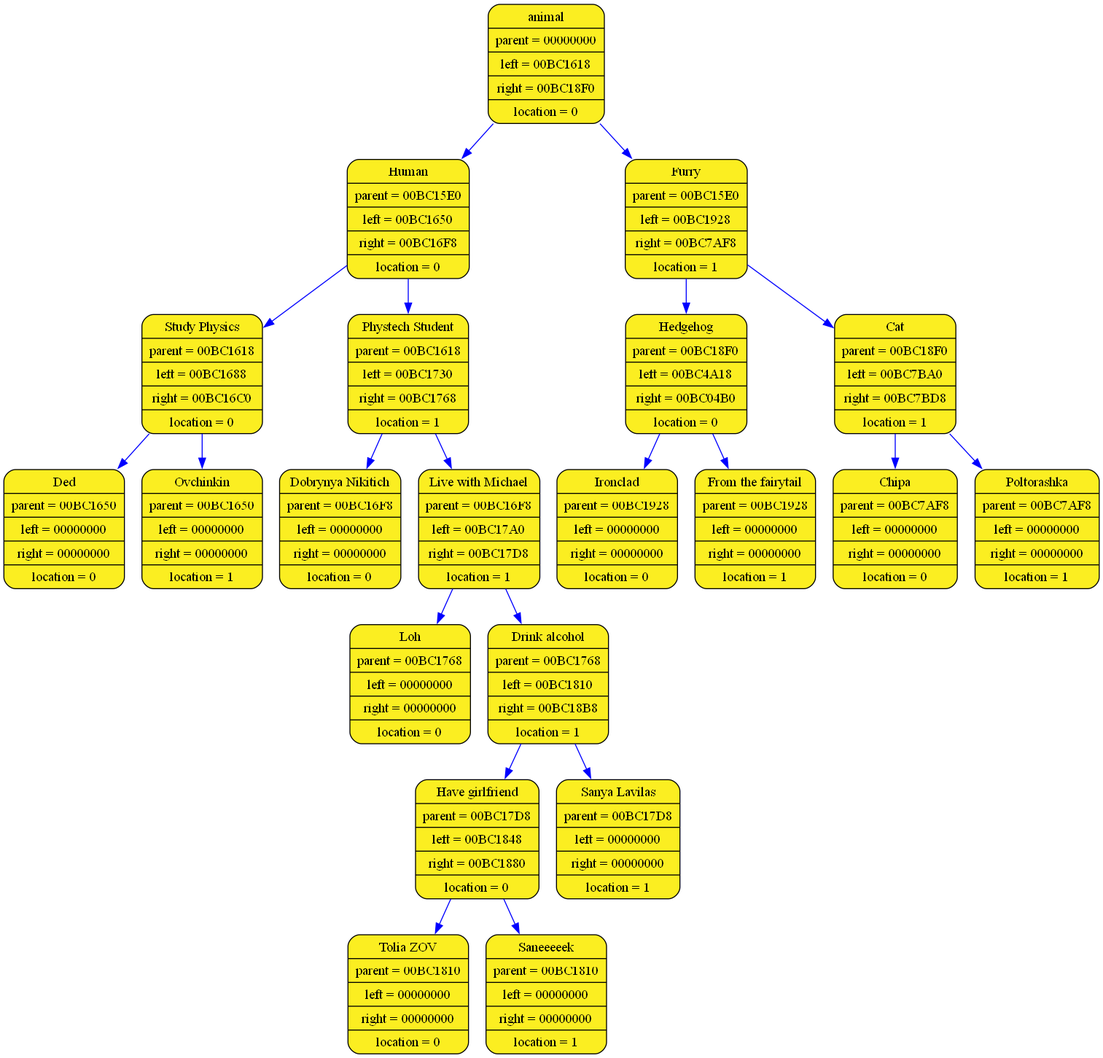
This is log_folder_acinator/acinator_graph.png from aywert/ACINATOR, a Graphviz export, as it was before one commit. Its source is kept beside it as log_folder_acinator/acinator_graph.dot.
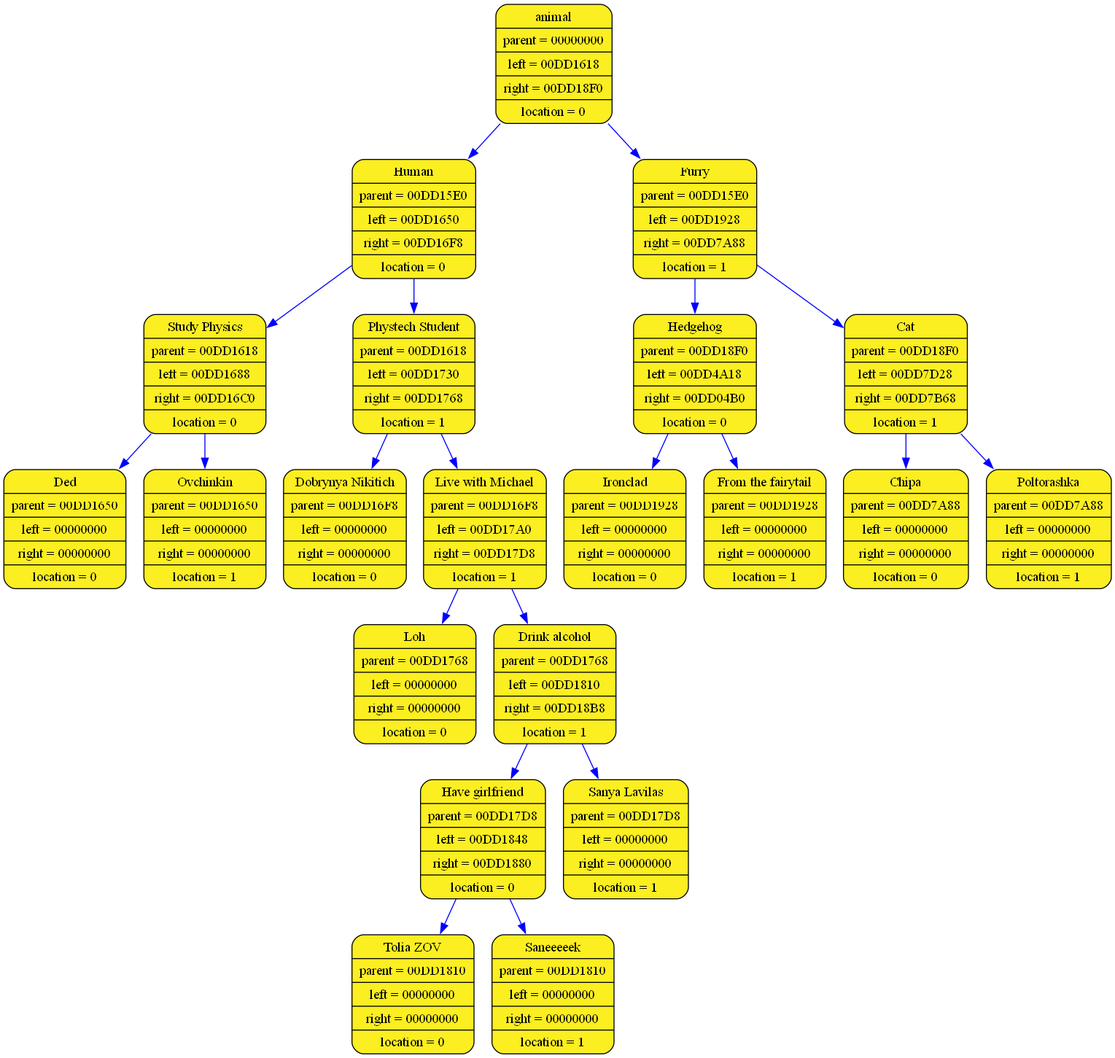
Above is the later version.

Change to the diagram source:
```diff
@@ -1,45 +1,45 @@
 digraph list
 {
 rankdir=HR;
-	12326372 [shape = Mrecord; style = filled; fillcolor="#FBEE21"; color = "#000000"; fontcolor = "#000000"; label = "{ animal| parent = 00000000| left = 00BC1618| right = 00BC18F0| location = 0}"];
-	12326428 [shape = Mrecord; style = filled; fillcolor="#FBEE21"; color = "#000000"; fontcolor = "#000000"; label = "{ Human| parent = 00BC15E0| left = 00BC1650| right = 00BC16F8| location = 0}"];
-	12326372 -> 12326428 [color="blue"]
-	12326484 [shape = Mrecord; style = filled; fillcolor="#FBEE21"; color = "#000000"; fontcolor = "#000000"; label = "{ Study Physics| parent = 00BC1618| left = 00BC1688| right = 00BC16C0| location = 0}"];
-	12326428 -> 12326484 [color="blue"]
-	12326540 [shape = Mrecord; style = filled; fillcolor="#FBEE21"; color = "#000000"; fontcolor = "#000000"; label = "{ Ded| parent = 00BC1650| left = 00000000| right = 00000000| location = 0}"];
-	12326484 -> 12326540 [color="blue"]
-	12326596 [shape = Mrecord; style = filled; fillcolor="#FBEE21"; color = "#000000"; fontcolor = "#000000"; label = "{ Ovchinkin| parent = 00BC1650| left = 00000000| right = 00000000| location = 1}"];
-	12326484 -> 12326596 [color="blue"]
-	12326652 [shape = Mrecord; style = filled; fillcolor="#FBEE21"; color = "#000000"; fontcolor = "#000000"; label = "{ Phystech Student| parent = 00BC1618| left = 00BC1730| right = 00BC1768| location = 1}"];
-	12326428 -> 12326652 [color="blue"]
-	12326708 [shape = Mrecord; style = filled; fillcolor="#FBEE21"; color = "#000000"; fontcolor = "#000000"; label = "{ Dobrynya Nikitich| parent = 00BC16F8| left = 00000000| right = 00000000| location = 0}"];
-	12326652 -> 12326708 [color="blue"]
-	12326764 [shape = Mrecord; style = filled; fillcolor="#FBEE21"; color = "#000000"; fontcolor = "#000000"; label = "{ Live with Michael| parent = 00BC16F8| left = 00BC17A0| right = 00BC17D8| location = 1}"];
-	12326652 -> 12326764 [color="blue"]
-	12326820 [shape = Mrecord; style = filled; fillcolor="#FBEE21"; color = "#000000"; fontcolor = "#000000"; label = "{ Loh| parent = 00BC1768| left = 00000000| right = 00000000| location = 0}"];
-	12326764 -> 12326820 [color="blue"]
-	12326876 [shape = Mrecord; style = filled; fillcolor="#FBEE21"; color = "#000000"; fontcolor = "#000000"; label = "{ Drink alcohol| parent = 00BC1768| left = 00BC1810| right = 00BC18B8| location = 1}"];
-	12326764 -> 12326876 [color="blue"]
-	12326932 [shape = Mrecord; style = filled; fillcolor="#FBEE21"; color = "#000000"; fontcolor = "#000000"; label = "{ Have girlfriend| parent = 00BC17D8| left = 00BC1848| right = 00BC1880| location = 0}"];
-	12326876 -> 12326932 [color="blue"]
-	12326988 [shape = Mrecord; style = filled; fillcolor="#FBEE21"; color = "#000000"; fontcolor = "#000000"; label = "{ Tolia ZOV| parent = 00BC1810| left = 00000000| right = 00000000| location = 0}"];
-	12326932 -> 12326988 [color="blue"]
-	12327044 [shape = Mrecord; style = filled; fillcolor="#FBEE21"; color = "#000000"; fontcolor = "#000000"; label = "{ Saneeeeek| parent = 00BC1810| left = 00000000| right = 00000000| location = 1}"];
-	12326932 -> 12327044 [color="blue"]
-	12327100 [shape = Mrecord; style = filled; fillcolor="#FBEE21"; color = "#000000"; fontcolor = "#000000"; label = "{ Sanya Lavilas| parent = 00BC17D8| left = 00000000| right = 00000000| location = 1}"];
-	12326876 -> 12327100 [color="blue"]
-	12327156 [shape = Mrecord; style = filled; fillcolor="#FBEE21"; color = "#000000"; fontcolor = "#000000"; label = "{ Furry| parent = 00BC15E0| left = 00BC1928| right = 00BC7AF8| location = 1}"];
-	12326372 -> 12327156 [color="blue"]
-	12327212 [shape = Mrecord; style = filled; fillcolor="#FBEE21"; color = "#000000"; fontcolor = "#000000"; label = "{ Hedgehog| parent = 00BC18F0| left = 00BC4A18| right = 00BC04B0| location = 0}"];
-	12327156 -> 12327212 [color="blue"]
-	12339740 [shape = Mrecord; style = filled; fillcolor="#FBEE21"; color = "#000000"; fontcolor = "#000000"; label = "{ Ironclad| parent = 00BC1928| left = 00000000| right = 00000000| location = 0}"];
-	12327212 -> 12339740 [color="blue"]
-	12321972 [shape = Mrecord; style = filled; fillcolor="#FBEE21"; color = "#000000"; fontcolor = "#000000"; label = "{ From the fairytail| parent = 00BC1928| left = 00000000| right = 00000000| location = 1}"];
-	12327212 -> 12321972 [color="blue"]
-	12352252 [shape = Mrecord; style = filled; fillcolor="#FBEE21"; color = "#000000"; fontcolor = "#000000"; label = "{ Cat| parent = 00BC18F0| left = 00BC7BA0| right = 00BC7BD8| location = 1}"];
-	12327156 -> 12352252 [color="blue"]
-	12352420 [shape = Mrecord; style = filled; fillcolor="#FBEE21"; color = "#000000"; fontcolor = "#000000"; label = "{ Chipa| parent = 00BC7AF8| left = 00000000| right = 00000000| location = 0}"];
-	12352252 -> 12352420 [color="blue"]
-	12352476 [shape = Mrecord; style = filled; fillcolor="#FBEE21"; color = "#000000"; fontcolor = "#000000"; label = "{ Poltorashka| parent = 00BC7AF8| left = 00000000| right = 00000000| location = 1}"];
-	12352252 -> 12352476 [color="blue"]
+	14489060 [shape = Mrecord; style = filled; fillcolor="#FBEE21"; color = "#000000"; fontcolor = "#000000"; label = "{ animal| parent = 00000000| left = 00DD1618| right = 00DD18F0| location = 0}"];
+	14489116 [shape = Mrecord; style = filled; fillcolor="#FBEE21"; color = "#000000"; fontcolor = "#000000"; label = "{ Human| parent = 00DD15E0| left = 00DD1650| right = 00DD16F8| location = 0}"];
+	14489060 -> 14489116 [color="blue"]
+	14489172 [shape = Mrecord; style = filled; fillcolor="#FBEE21"; color = "#000000"; fontcolor = "#000000"; label = "{ Study Physics| parent = 00DD1618| left = 00DD1688| right = 00DD16C0| location = 0}"];
+	14489116 -> 14489172 [color="blue"]
+	14489228 [shape = Mrecord; style = filled; fillcolor="#FBEE21"; color = "#000000"; fontcolor = "#000000"; label = "{ Ded| parent = 00DD1650| left = 00000000| right = 00000000| location = 0}"];
+	14489172 -> 14489228 [color="blue"]
+	14489284 [shape = Mrecord; style = filled; fillcolor="#FBEE21"; color = "#000000"; fontcolor = "#000000"; label = "{ Ovchinkin| parent = 00DD1650| left = 00000000| right = 00000000| location = 1}"];
+	14489172 -> 14489284 [color="blue"]
+	14489340 [shape = Mrecord; style = filled; fillcolor="#FBEE21"; color = "#000000"; fontcolor = "#000000"; label = "{ Phystech Student| parent = 00DD1618| left = 00DD1730| right = 00DD1768| location = 1}"];
+	14489116 -> 14489340 [color="blue"]
+	14489396 [shape = Mrecord; style = filled; fillcolor="#FBEE21"; color = "#000000"; fontcolor = "#000000"; label = "{ Dobrynya Nikitich| parent = 00DD16F8| left = 00000000| right = 00000000| location = 0}"];
+	14489340 -> 14489396 [color="blue"]
+	14489452 [shape = Mrecord; style = filled; fillcolor="#FBEE21"; color = "#000000"; fontcolor = "#000000"; label = "{ Live with Michael| parent = 00DD16F8| left = 00DD17A0| right = 00DD17D8| location = 1}"];
+	14489340 -> 14489452 [color="blue"]
+	14489508 [shape = Mrecord; style = filled; fillcolor="#FBEE21"; color = "#000000"; fontcolor = "#000000"; label = "{ Loh| parent = 00DD1768| left = 00000000| right = 00000000| location = 0}"];
+	14489452 -> 14489508 [color="blue"]
+	14489564 [shape = Mrecord; style = filled; fillcolor="#FBEE21"; color = "#000000"; fontcolor = "#000000"; label = "{ Drink alcohol| parent = 00DD1768| left = 00DD1810| right = 00DD18B8| location = 1}"];
+	14489452 -> 14489564 [color="blue"]
+	14489620 [shape = Mrecord; style = filled; fillcolor="#FBEE21"; color = "#000000"; fontcolor = "#000000"; label = "{ Have girlfriend| parent = 00DD17D8| left = 00DD1848| right = 00DD1880| location = 0}"];
+	14489564 -> 14489620 [color="blue"]
+	14489676 [shape = Mrecord; style = filled; fillcolor="#FBEE21"; color = "#000000"; fontcolor = "#000000"; label = "{ Tolia ZOV| parent = 00DD1810| left = 00000000| right = 00000000| location = 0}"];
+	14489620 -> 14489676 [color="blue"]
+	14489732 [shape = Mrecord; style = filled; fillcolor="#FBEE21"; color = "#000000"; fontcolor = "#000000"; label = "{ Saneeeeek| parent = 00DD1810| left = 00000000| right = 00000000| location = 1}"];
+	14489620 -> 14489732 [color="blue"]
+	14489788 [shape = Mrecord; style = filled; fillcolor="#FBEE21"; color = "#000000"; fontcolor = "#000000"; label = "{ Sanya Lavilas| parent = 00DD17D8| left = 00000000| right = 00000000| location = 1}"];
+	14489564 -> 14489788 [color="blue"]
+	14489844 [shape = Mrecord; style = filled; fillcolor="#FBEE21"; color = "#000000"; fontcolor = "#000000"; label = "{ Furry| parent = 00DD15E0| left = 00DD1928| right = 00DD7A88| location = 1}"];
+	14489060 -> 14489844 [color="blue"]
+	14489900 [shape = Mrecord; style = filled; fillcolor="#FBEE21"; color = "#000000"; fontcolor = "#000000"; label = "{ Hedgehog| parent = 00DD18F0| left = 00DD4A18| right = 00DD04B0| location = 0}"];
+	14489844 -> 14489900 [color="blue"]
+	14502428 [shape = Mrecord; style = filled; fillcolor="#FBEE21"; color = "#000000"; fontcolor = "#000000"; label = "{ Ironclad| parent = 00DD1928| left = 00000000| right = 00000000| location = 0}"];
+	14489900 -> 14502428 [color="blue"]
+	14484660 [shape = Mrecord; style = filled; fillcolor="#FBEE21"; color = "#000000"; fontcolor = "#000000"; label = "{ From the fairytail| parent = 00DD1928| left = 00000000| right = 00000000| location = 1}"];
+	14489900 -> 14484660 [color="blue"]
+	14514828 [shape = Mrecord; style = filled; fillcolor="#FBEE21"; color = "#000000"; fontcolor = "#000000"; label = "{ Cat| parent = 00DD18F0| left = 00DD7D28| right = 00DD7B68| location = 1}"];
+	14489844 -> 14514828 [color="blue"]
+	14515500 [shape = Mrecord; style = filled; fillcolor="#FBEE21"; color = "#000000"; fontcolor = "#000000"; label = "{ Chipa| parent = 00DD7A88| left = 00000000| right = 00000000| location = 0}"];
+	14514828 -> 14515500 [color="blue"]
+	14515052 [shape = Mrecord; style = filled; fillcolor="#FBEE21"; color = "#000000"; fontcolor = "#000000"; label = "{ Poltorashka| parent = 00DD7A88| left = 00000000| right = 00000000| location = 1}"];
+	14514828 -> 14515052 [color="blue"]
 	}
```
